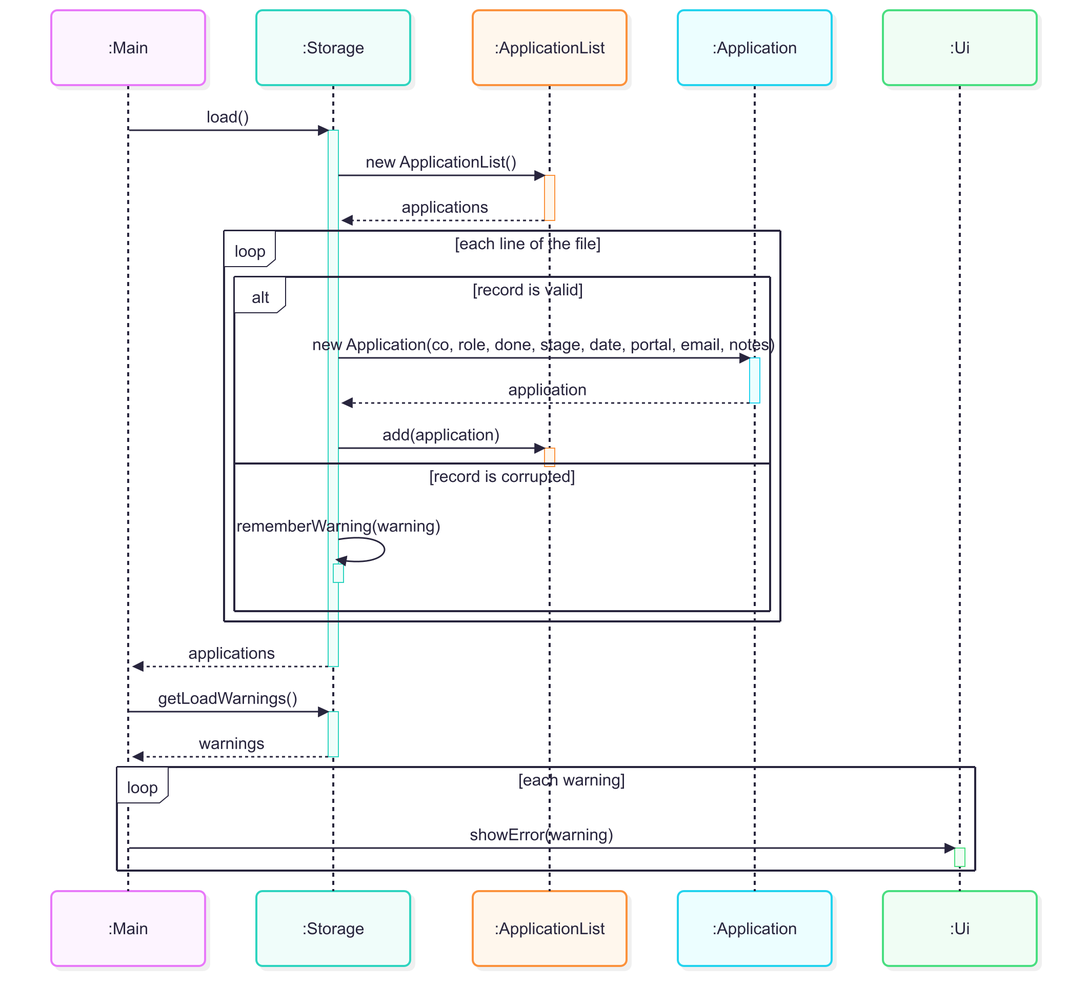
Above: docs/diagrams/storage-load-sequence.png in AY2627S1-CS2113-T10-2/tp (Mermaid), before the change. Its source is kept beside it as docs/diagrams/sources/storage-load-sequence.mmd.
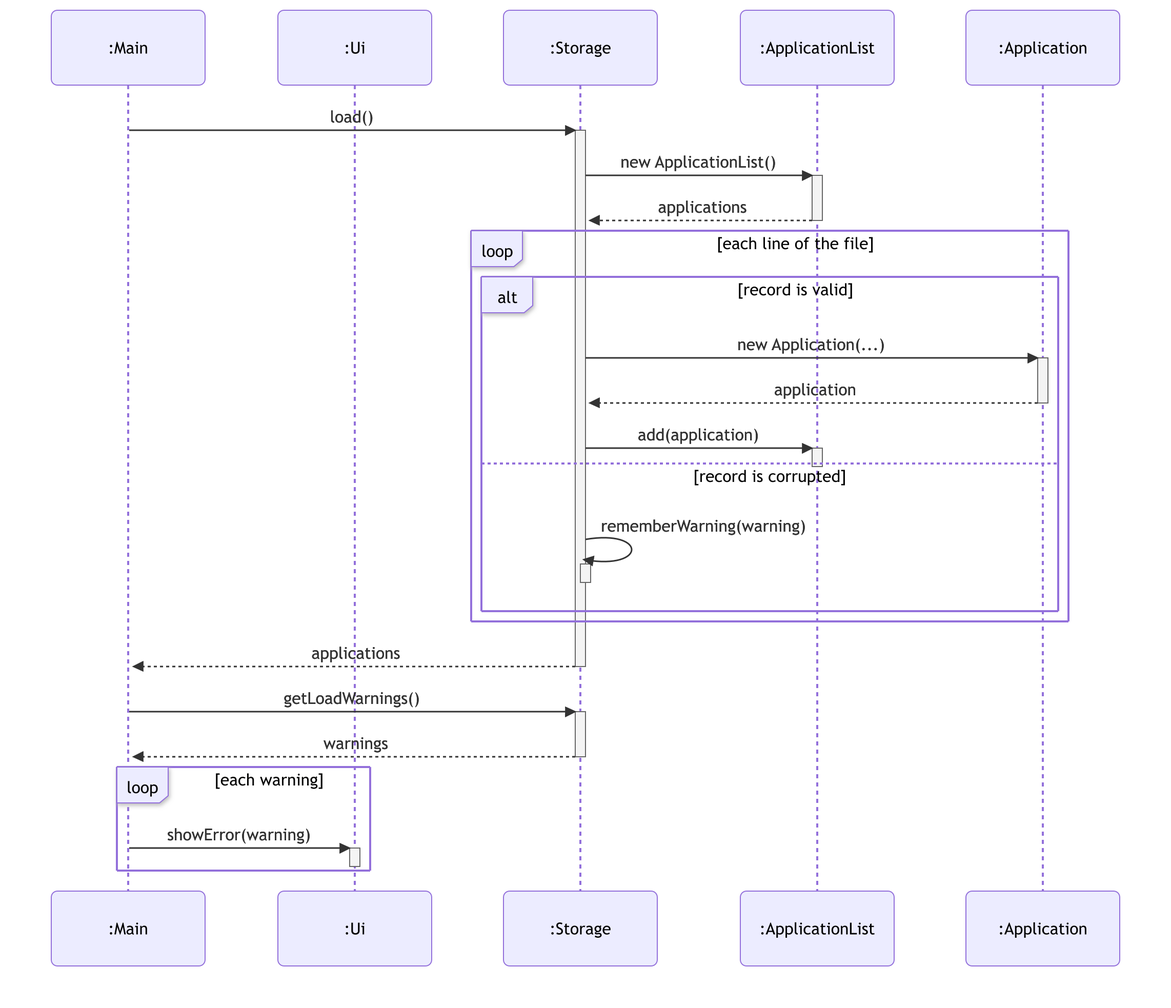
Above is the later version.

Change to the diagram source:
```diff
@@ -1,9 +1,10 @@
+%%{init: {'theme': 'default', 'sequence': {'actorMargin': 70, 'messageMargin': 45}}}%%
 sequenceDiagram
     participant main as :Main
+    participant ui as :Ui
     participant storage as :Storage
     participant list as :ApplicationList
     participant app as :Application
-    participant ui as :Ui
 
     main->>storage: load()
     activate storage
@@ -15,7 +16,7 @@
 
     loop each line of the file
         alt record is valid
-            storage->>app: new Application(co, role, done, stage, date, portal, email, notes)
+            storage->>app: new Application(...)
             activate app
             app-->>storage: application
             deactivate app
```
